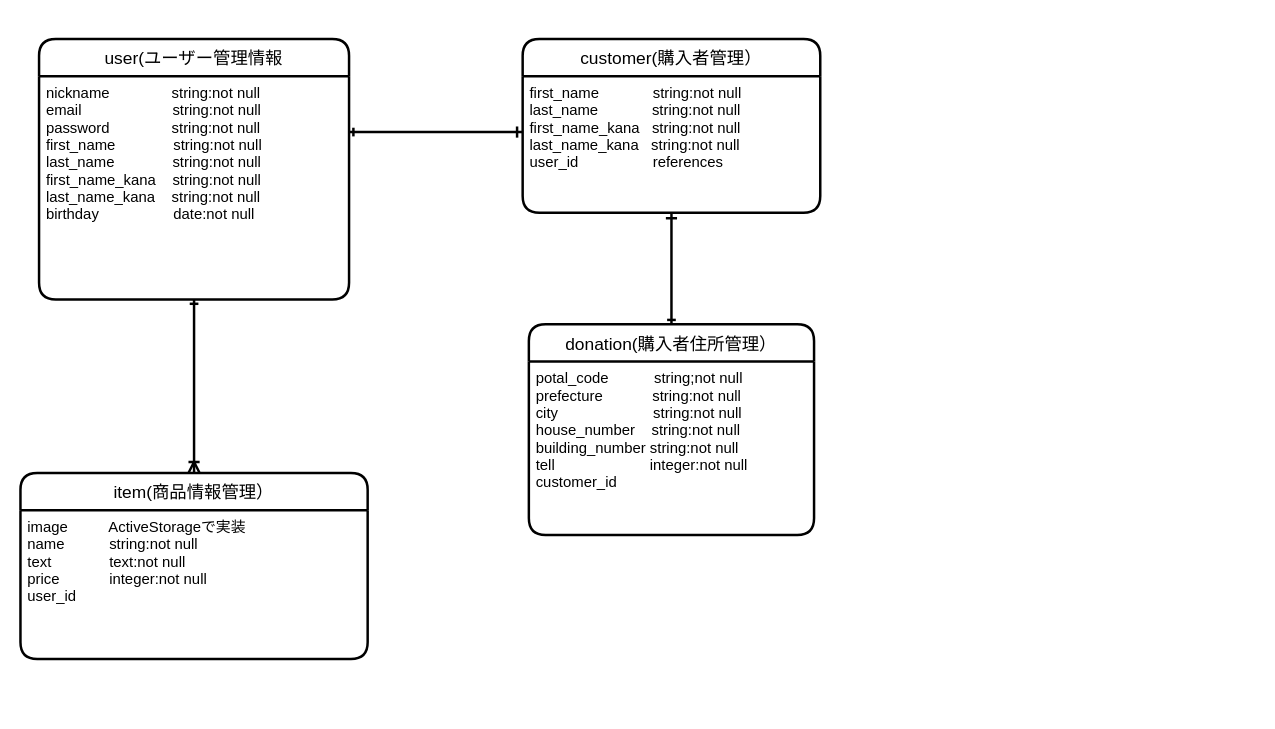
Before: app/views/orders/furima.dio in yuuffff1212/furima-32631, a draw.io diagram. Source tidied: cells renumbered, new cells numbered last; positions are measured from the earlier drawing's top-left corner, leaving out a move shared by most shapes. Both pictures are drawn from the tidied source at 124%, with x=0, y=0 at pixel (20, 38).
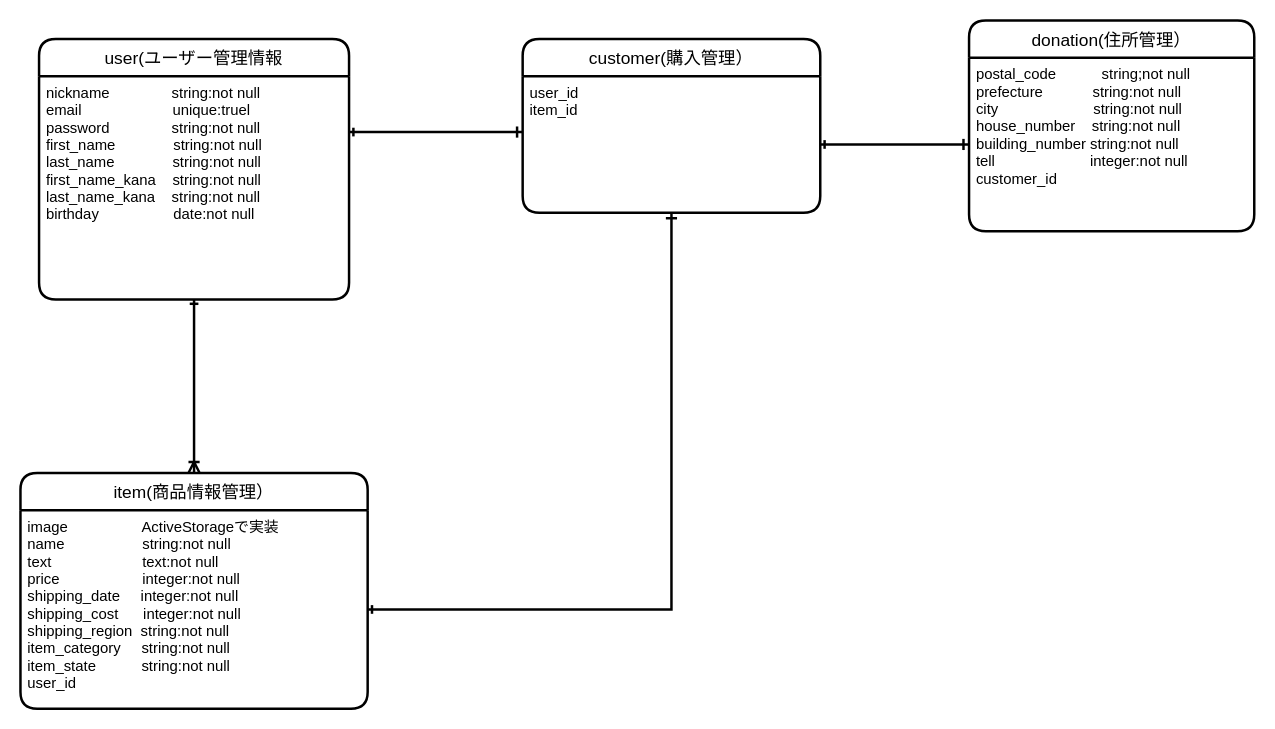
Above is the later version.

Commit message (it also covers changes not shown here):
データベース設計の修正

Diff of the diagram source:
```diff
@@
 <mxGraphModel>
   <root>
     <mxCell id="0" />
     <mxCell id="1" parent="0" />
     <mxCell id="2" value="user(ユーザー管理情報" style="swimlane;horizontal=1;startSize=30;rounded=1;fontSize=14;fontStyle=0;strokeWidth=2;shadow=0;dashed=0;align=center;" parent="1" vertex="1">
       <mxGeometry x="15" width="250" height="210" as="geometry" />
     </mxCell>
-    <mxCell id="3" value="nickname               string:not null&#10;email                      string:not null         &#10;password               string:not null&#10;first_name              string:not null&#10;last_name              string:not null&#10;first_name_kana    string:not null&#10;last_name_kana    string:not null&#10;birthday                  date:not null" style="align=left;strokeColor=none;fillColor=none;spacingLeft=4;fontSize=12;verticalAlign=top;" parent="2" vertex="1">
+    <mxCell id="3" value="nickname               string:not null&#10;email                      unique:truel         &#10;password               string:not null&#10;first_name              string:not null&#10;last_name              string:not null&#10;first_name_kana    string:not null&#10;last_name_kana    string:not null&#10;birthday                  date:not null" style="align=left;strokeColor=none;fillColor=none;spacingLeft=4;fontSize=12;verticalAlign=top;" parent="2" vertex="1">
       <mxGeometry y="30" width="250" height="180" as="geometry" />
     </mxCell>
-    <mxCell id="4" value="customer(購入者管理）" style="swimlane;horizontal=1;startSize=30;rounded=1;fontSize=14;fontStyle=0;strokeWidth=2;shadow=0;dashed=0;align=center;" parent="1" vertex="1">
+    <mxCell id="4" value="customer(購入管理）" style="swimlane;horizontal=1;startSize=30;rounded=1;fontSize=14;fontStyle=0;strokeWidth=2;shadow=0;dashed=0;align=center;" parent="1" vertex="1">
       <mxGeometry x="405" width="240" height="140" as="geometry" />
     </mxCell>
-    <mxCell id="5" value="first_name             string:not null&#10;last_name             string:not null&#10;first_name_kana   string:not null&#10;last_name_kana   string:not null&#10;user_id                  references&#10;" style="align=left;strokeColor=none;fillColor=none;spacingLeft=4;fontSize=12;verticalAlign=top;" parent="4" vertex="1">
+    <mxCell id="5" value="user_id                  &#10;item_id" style="align=left;strokeColor=none;fillColor=none;spacingLeft=4;fontSize=12;verticalAlign=top;" parent="4" vertex="1">
       <mxGeometry y="30" width="240" height="110" as="geometry" />
     </mxCell>
     <mxCell id="6" style="edgeStyle=orthogonalEdgeStyle;rounded=0;jettySize=auto;html=1;exitX=1;exitY=0.25;exitDx=0;exitDy=0;startArrow=ERone;startFill=0;startSize=4;sourcePerimeterSpacing=0;endArrow=ERone;endFill=0;targetPerimeterSpacing=0;strokeWidth=2;" parent="1" edge="1" source="3">
       <mxGeometry relative="1" as="geometry">
         <mxPoint x="405" y="75" as="targetPoint" />
       </mxGeometry>
     </mxCell>
-    <mxCell id="7" style="edgeStyle=orthogonalEdgeStyle;rounded=0;jettySize=auto;html=1;exitX=0.5;exitY=0;exitDx=0;exitDy=0;entryX=0.5;entryY=1;entryDx=0;entryDy=0;startArrow=ERone;startFill=0;startSize=4;sourcePerimeterSpacing=0;endArrow=ERone;endFill=0;targetPerimeterSpacing=0;strokeWidth=2;" parent="1" edge="1" source="8" target="5">
-      <mxGeometry relative="1" as="geometry" />
-    </mxCell>
-    <mxCell id="8" value="donation(購入者住所管理）" style="swimlane;horizontal=1;startSize=30;rounded=1;fontSize=14;fontStyle=0;strokeWidth=2;shadow=0;dashed=0;align=center;" parent="1" vertex="1">
-      <mxGeometry x="410" y="230" width="230" height="170" as="geometry" />
+    <mxCell id="8" value="donation(住所管理）" style="swimlane;horizontal=1;startSize=30;rounded=1;fontSize=14;fontStyle=0;strokeWidth=2;shadow=0;dashed=0;align=center;" parent="1" vertex="1">
+      <mxGeometry x="765" y="-15" width="230" height="170" as="geometry" />
     </mxCell>
-    <mxCell id="9" value="potal_code           string;not null&#10;prefecture            string:not null&#10;city                       string:not null&#10;house_number    string:not null&#10;building_number string:not null&#10;tell                       integer:not null&#10;customer_id" style="align=left;strokeColor=none;fillColor=none;spacingLeft=4;fontSize=12;verticalAlign=top;" parent="8" vertex="1">
+    <mxCell id="9" value="postal_code           string;not null&#10;prefecture            string:not null&#10;city                       string:not null&#10;house_number    string:not null&#10;building_number string:not null&#10;tell                       integer:not null&#10;customer_id" style="align=left;strokeColor=none;fillColor=none;spacingLeft=4;fontSize=12;verticalAlign=top;" parent="8" vertex="1">
       <mxGeometry y="30" width="230" height="140" as="geometry" />
     </mxCell>
     <mxCell id="10" value="item(商品情報管理）" style="swimlane;horizontal=1;startSize=30;rounded=1;fontSize=14;fontStyle=0;strokeWidth=2;shadow=0;dashed=0;align=center;" parent="1" vertex="1">
-      <mxGeometry y="350" width="280" height="150" as="geometry" />
+      <mxGeometry y="350" width="280" height="190" as="geometry" />
     </mxCell>
-    <mxCell id="11" value="image          ActiveStorageで実装&#10;name　　　string:not null&#10;text              text:not null&#10;price            integer:not null&#10;user_id&#10;" style="align=left;strokeColor=none;fillColor=none;spacingLeft=4;fontSize=12;verticalAlign=top;" parent="10" vertex="1">
-      <mxGeometry y="30" width="280" height="120" as="geometry" />
+    <mxCell id="11" value="image                  ActiveStorageで実装&#10;name　　　        string:not null&#10;text                      text:not null&#10;price                    integer:not null&#10;shipping_date     integer:not null&#10;shipping_cost      integer:not null&#10;shipping_region  string:not null&#10;item_category     string:not null&#10;item_state           string:not null&#10;user_id&#10;" style="align=left;strokeColor=none;fillColor=none;spacingLeft=4;fontSize=12;verticalAlign=top;" parent="10" vertex="1">
+      <mxGeometry y="30" width="280" height="160" as="geometry" />
     </mxCell>
     <mxCell id="12" style="edgeStyle=orthogonalEdgeStyle;rounded=0;jettySize=auto;html=1;exitX=0.5;exitY=1;exitDx=0;exitDy=0;entryX=0.5;entryY=0;entryDx=0;entryDy=0;startArrow=ERone;startFill=0;startSize=4;sourcePerimeterSpacing=0;endArrow=ERoneToMany;endFill=0;targetPerimeterSpacing=0;strokeWidth=2;" parent="1" edge="1" source="3" target="10">
       <mxGeometry relative="1" as="geometry">
         <Array as="points">
           <mxPoint x="140" y="340" />
         </Array>
       </mxGeometry>
     </mxCell>
+    <mxCell id="13" style="edgeStyle=orthogonalEdgeStyle;rounded=0;jettySize=auto;html=1;entryX=0;entryY=0.5;entryDx=0;entryDy=0;startArrow=ERone;startFill=0;startSize=4;sourcePerimeterSpacing=0;endArrow=ERone;endFill=0;targetPerimeterSpacing=0;strokeWidth=2;" parent="1" edge="1" source="5" target="9">
+      <mxGeometry relative="1" as="geometry" />
+    </mxCell>
+    <mxCell id="14" style="edgeStyle=orthogonalEdgeStyle;rounded=0;jettySize=auto;html=1;entryX=0.5;entryY=1;entryDx=0;entryDy=0;startArrow=ERone;startFill=0;startSize=4;sourcePerimeterSpacing=0;endArrow=ERone;endFill=0;targetPerimeterSpacing=0;strokeWidth=2;" parent="1" edge="1" source="11" target="5">
+      <mxGeometry relative="1" as="geometry" />
+    </mxCell>
   </root>
 </mxGraphModel>
```
